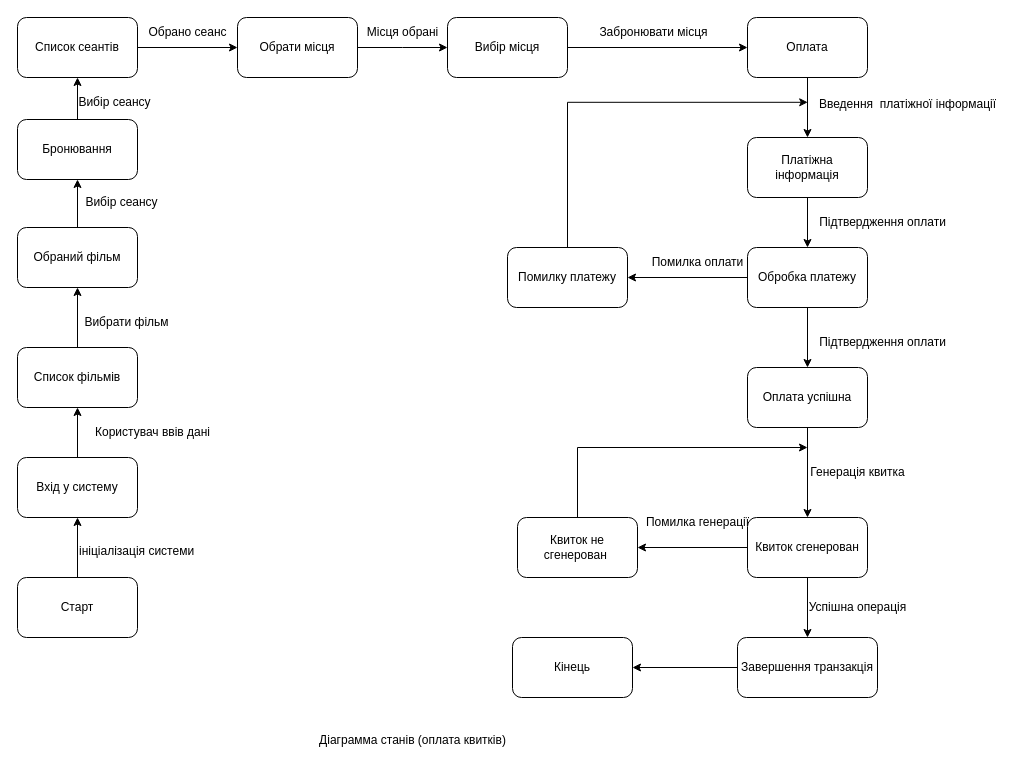
Earlier version of the draw.io diagram Компоненти програмної інженерії/Laba3/laba3.drawio (KostPost/KPI-Works-2). Source tidied: cells renumbered, new cells numbered last; positions are measured from the earlier drawing's top-left corner, leaving out a move shared by most shapes. Both pictures are drawn from the tidied source at 100%, with x=0, y=0 at pixel (17, 17).
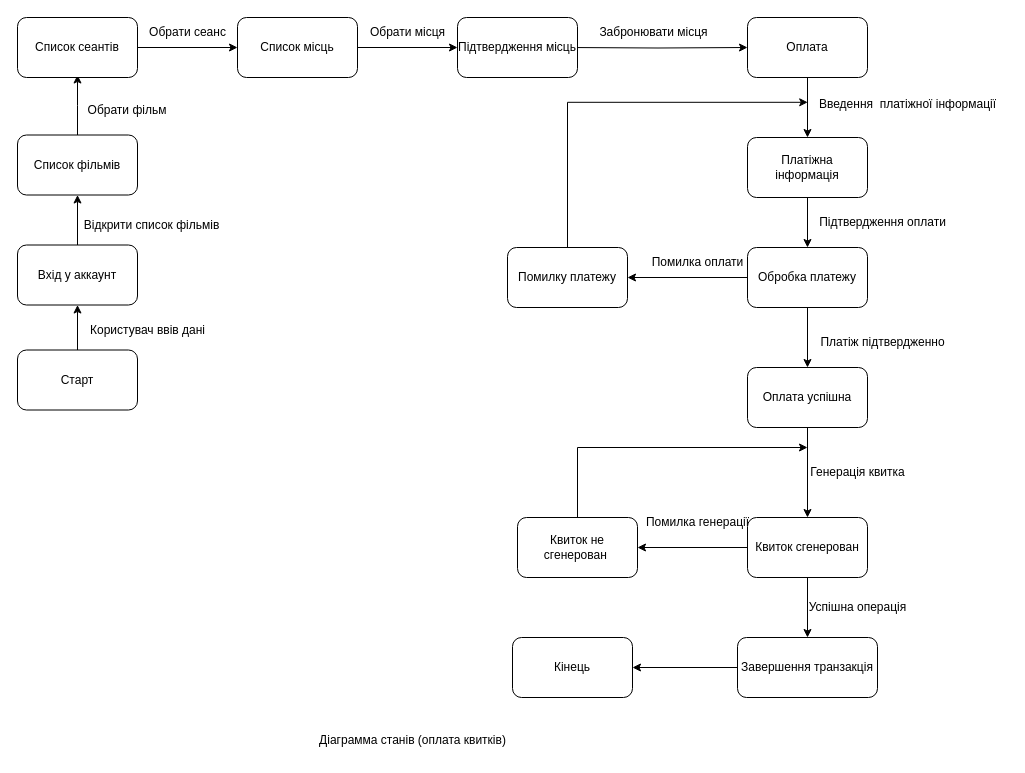
Above is the later version.

Unchanged cells that the change refers to:
```xml
<mxCell id="5" value="Список сеантів" style="rounded=1;whiteSpace=wrap;html=1;" parent="1" vertex="1">
  <mxGeometry width="120" height="60" as="geometry" />
</mxCell>
<mxCell id="11" value="Оплата" style="rounded=1;whiteSpace=wrap;html=1;" parent="1" vertex="1">
  <mxGeometry x="730" width="120" height="60" as="geometry" />
</mxCell>
```

Diff of the diagram source:
```diff
@@
-    <mxCell id="2" style="edgeStyle=orthogonalEdgeStyle;rounded=0;jettySize=auto;html=1;entryX=0.5;entryY=1;entryDx=0;entryDy=0;" parent="1" edge="1" source="3" target="29">
-      <mxGeometry relative="1" as="geometry" />
+    <mxCell id="2" style="edgeStyle=orthogonalEdgeStyle;rounded=0;jettySize=auto;html=1;entryX=0.5;entryY=1;entryDx=0;entryDy=0;" parent="1" edge="1" source="3">
+      <mxGeometry relative="1" as="geometry">
+        <mxPoint x="60" y="57.5" as="targetPoint" />
+      </mxGeometry>
     </mxCell>
     <mxCell id="3" value="Список фільмів" style="rounded=1;whiteSpace=wrap;html=1;" parent="1" vertex="1">
-      <mxGeometry y="330" width="120" height="60" as="geometry" />
+      <mxGeometry y="117.5" width="120" height="60" as="geometry" />
     </mxCell>
@@
-    <mxCell id="6" style="edgeStyle=orthogonalEdgeStyle;rounded=0;jettySize=auto;html=1;entryX=0;entryY=0.5;entryDx=0;entryDy=0;" parent="1" edge="1" source="7">
-      <mxGeometry relative="1" as="geometry">
-        <mxPoint x="430" y="30" as="targetPoint" />
-      </mxGeometry>
-    </mxCell>
-    <mxCell id="7" value="&lt;span style=&quot;text-wrap: nowrap;&quot;&gt;Обрати місця&lt;/span&gt;" style="rounded=1;whiteSpace=wrap;html=1;" parent="1" vertex="1">
+    <mxCell id="7" value="&lt;span style=&quot;text-wrap: nowrap;&quot;&gt;Список місць&lt;/span&gt;" style="rounded=1;whiteSpace=wrap;html=1;" parent="1" vertex="1">
       <mxGeometry x="220" width="120" height="60" as="geometry" />
     </mxCell>
-    <mxCell id="8" value="Обрано сеанс" style="text;html=1;align=center;verticalAlign=middle;strokeColor=none;fillColor=none;" parent="1" vertex="1">
+    <mxCell id="8" value="Обрати сеанс" style="text;html=1;align=center;verticalAlign=middle;strokeColor=none;fillColor=none;" parent="1" vertex="1">
       <mxGeometry x="120" width="100" height="30" as="geometry" />
     </mxCell>
-    <mxCell id="9" value="Місця обрані" style="text;html=1;align=center;verticalAlign=middle;strokeColor=none;fillColor=none;" parent="1" vertex="1">
-      <mxGeometry x="335" width="100" height="30" as="geometry" />
+    <mxCell id="9" value="Обрати місця" style="text;html=1;align=center;verticalAlign=middle;strokeColor=none;fillColor=none;" parent="1" vertex="1">
+      <mxGeometry x="340" width="100" height="30" as="geometry" />
     </mxCell>
@@
     <mxCell id="23" value="Старт" style="rounded=1;whiteSpace=wrap;html=1;" parent="1" vertex="1">
-      <mxGeometry y="560" width="120" height="60" as="geometry" />
+      <mxGeometry y="332.5" width="120" height="60" as="geometry" />
     </mxCell>
@@
-    <mxCell id="25" value="Вхід у систему" style="rounded=1;whiteSpace=wrap;html=1;" parent="1" vertex="1">
-      <mxGeometry y="440" width="120" height="60" as="geometry" />
+    <mxCell id="25" value="Вхід у аккаунт" style="rounded=1;whiteSpace=wrap;html=1;" parent="1" vertex="1">
+      <mxGeometry y="227.5" width="120" height="60" as="geometry" />
     </mxCell>
-    <mxCell id="26" value="ініціалізація системи" style="text;whiteSpace=wrap;" parent="1" vertex="1">
-      <mxGeometry x="60" y="520" width="150" height="40" as="geometry" />
-    </mxCell>
     <mxCell id="27" value="Користувач ввів дані" style="text;html=1;align=center;verticalAlign=middle;strokeColor=none;fillColor=none;" parent="1" vertex="1">
-      <mxGeometry x="65" y="400" width="140" height="30" as="geometry" />
+      <mxGeometry x="60" y="297.5" width="140" height="30" as="geometry" />
     </mxCell>
-    <mxCell id="28" style="edgeStyle=orthogonalEdgeStyle;rounded=0;jettySize=auto;html=1;entryX=0.5;entryY=1;entryDx=0;entryDy=0;" parent="1" edge="1" source="29" target="32">
-      <mxGeometry relative="1" as="geometry" />
-    </mxCell>
-    <mxCell id="29" value="Обраний фільм" style="rounded=1;whiteSpace=wrap;html=1;" parent="1" vertex="1">
-      <mxGeometry y="210" width="120" height="60" as="geometry" />
-    </mxCell>
-    <mxCell id="30" value="Вибрати фільм" style="text;html=1;align=center;verticalAlign=middle;strokeColor=none;fillColor=none;" parent="1" vertex="1">
-      <mxGeometry x="54" y="290" width="110" height="30" as="geometry" />
+    <mxCell id="30" value="Відкрити список фільмів" style="text;html=1;align=center;verticalAlign=middle;strokeColor=none;fillColor=none;" parent="1" vertex="1">
+      <mxGeometry x="54" y="192.5" width="160" height="30" as="geometry" />
     </mxCell>
-    <mxCell id="31" style="edgeStyle=orthogonalEdgeStyle;rounded=0;jettySize=auto;html=1;entryX=0.5;entryY=1;entryDx=0;entryDy=0;" parent="1" edge="1" source="32" target="5">
-      <mxGeometry relative="1" as="geometry" />
-    </mxCell>
-    <mxCell id="32" value="Бронювання" style="rounded=1;whiteSpace=wrap;html=1;" parent="1" vertex="1">
-      <mxGeometry y="102" width="120" height="60" as="geometry" />
-    </mxCell>
-    <mxCell id="33" value="Вибір сеансу" style="text;html=1;align=center;verticalAlign=middle;strokeColor=none;fillColor=none;" parent="1" vertex="1">
-      <mxGeometry x="54" y="170" width="100" height="30" as="geometry" />
-    </mxCell>
-    <mxCell id="34" value="Вибір сеансу" style="text;html=1;align=center;verticalAlign=middle;strokeColor=none;fillColor=none;" parent="1" vertex="1">
-      <mxGeometry x="47" y="70" width="100" height="30" as="geometry" />
-    </mxCell>
-    <mxCell id="35" style="edgeStyle=orthogonalEdgeStyle;rounded=0;jettySize=auto;html=1;entryX=0;entryY=0.5;entryDx=0;entryDy=0;" parent="1" edge="1" source="36" target="11">
-      <mxGeometry relative="1" as="geometry" />
+    <mxCell id="35" style="edgeStyle=orthogonalEdgeStyle;rounded=0;jettySize=auto;html=1;entryX=0;entryY=0.5;entryDx=0;entryDy=0;" parent="1" edge="1" target="11">
+      <mxGeometry relative="1" as="geometry">
+        <mxPoint x="550" y="30" as="sourcePoint" />
+      </mxGeometry>
     </mxCell>
-    <mxCell id="36" value="&lt;span style=&quot;text-wrap: nowrap;&quot;&gt;Вибір місця&lt;/span&gt;" style="rounded=1;whiteSpace=wrap;html=1;" parent="1" vertex="1">
-      <mxGeometry x="430" width="120" height="60" as="geometry" />
-    </mxCell>
@@
-    <mxCell id="38" value="Підтвердження оплати" style="text;html=1;align=center;verticalAlign=middle;strokeColor=none;fillColor=none;" parent="1" vertex="1">
+    <mxCell id="38" value="Платіж підтвердженно" style="text;html=1;align=center;verticalAlign=middle;strokeColor=none;fillColor=none;" parent="1" vertex="1">
       <mxGeometry x="790" y="310" width="150" height="30" as="geometry" />
     </mxCell>
@@
+    <mxCell id="53" value="Обрати фільм" style="text;html=1;align=center;verticalAlign=middle;whiteSpace=wrap;rounded=0;" parent="1" vertex="1">
+      <mxGeometry x="60" y="77.5" width="100" height="30" as="geometry" />
+    </mxCell>
+    <mxCell id="54" value="&lt;span style=&quot;text-wrap: nowrap;&quot;&gt;Підтвердження місць&lt;/span&gt;" style="rounded=1;whiteSpace=wrap;html=1;" parent="1" vertex="1">
+      <mxGeometry x="440" width="120" height="60" as="geometry" />
+    </mxCell>
+    <mxCell id="55" style="endArrow=classic;html=1;rounded=0;entryX=0;entryY=0.5;entryDx=0;entryDy=0;" parent="1" edge="1" target="54">
+      <mxGeometry relative="1" as="geometry">
+        <mxPoint x="340" y="30" as="sourcePoint" />
+      </mxGeometry>
+    </mxCell>
```
